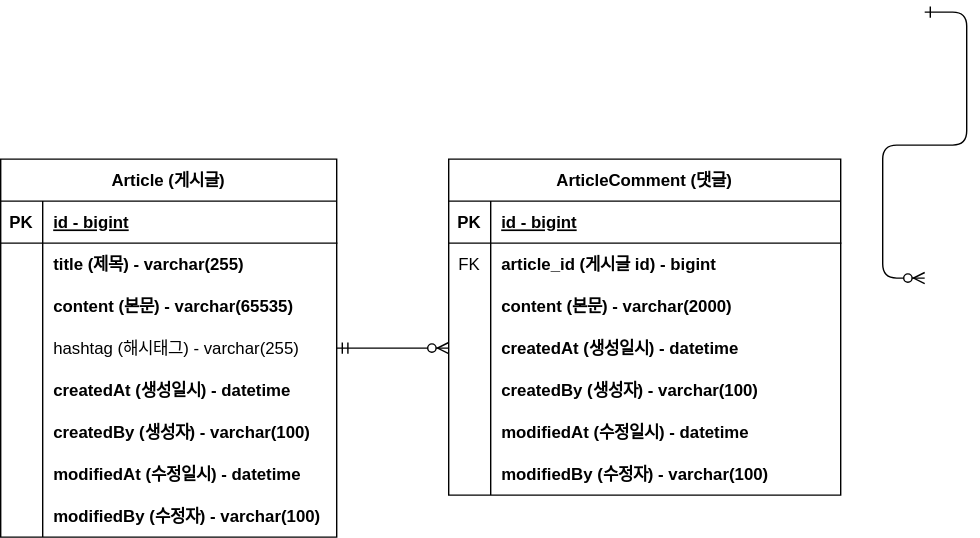
This is document/board-project-erd.svg from LimHeeSang/board-project, a draw.io export, as it was before one commit. Source tidied: cells renumbered, new cells last; positions are measured from the earlier drawing's top-left corner, leaving out a move shared by most shapes.
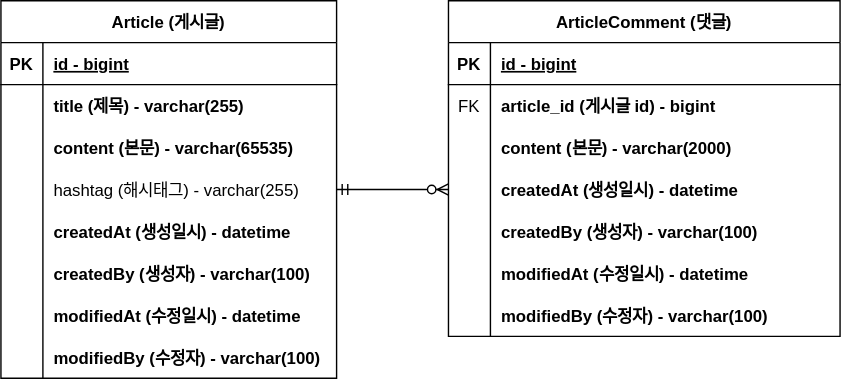
The same diagram one commit later.

Commit message:
#8 - ERD 여백에 화살표 제거: board-project-erd.svg

Change to the diagram source:
```diff
@@ -2,12 +2,6 @@
   <root>
     <mxCell id="0" />
     <mxCell id="1" parent="0" />
-    <mxCell id="2" style="edgeStyle=entityRelationEdgeStyle;endArrow=ERzeroToMany;startArrow=ERone;endFill=1;startFill=0;" parent="1" edge="1">
-      <mxGeometry relative="1" as="geometry">
-        <mxPoint x="660" as="sourcePoint" />
-        <mxPoint x="660" y="190" as="targetPoint" />
-      </mxGeometry>
-    </mxCell>
     <mxCell id="3" value="Article (게시글)" style="shape=table;startSize=30;rowLines=0;fontStyle=1;align=center;" parent="1" vertex="1">
       <mxGeometry y="105" width="240" height="270" as="geometry" />
     </mxCell>
```
